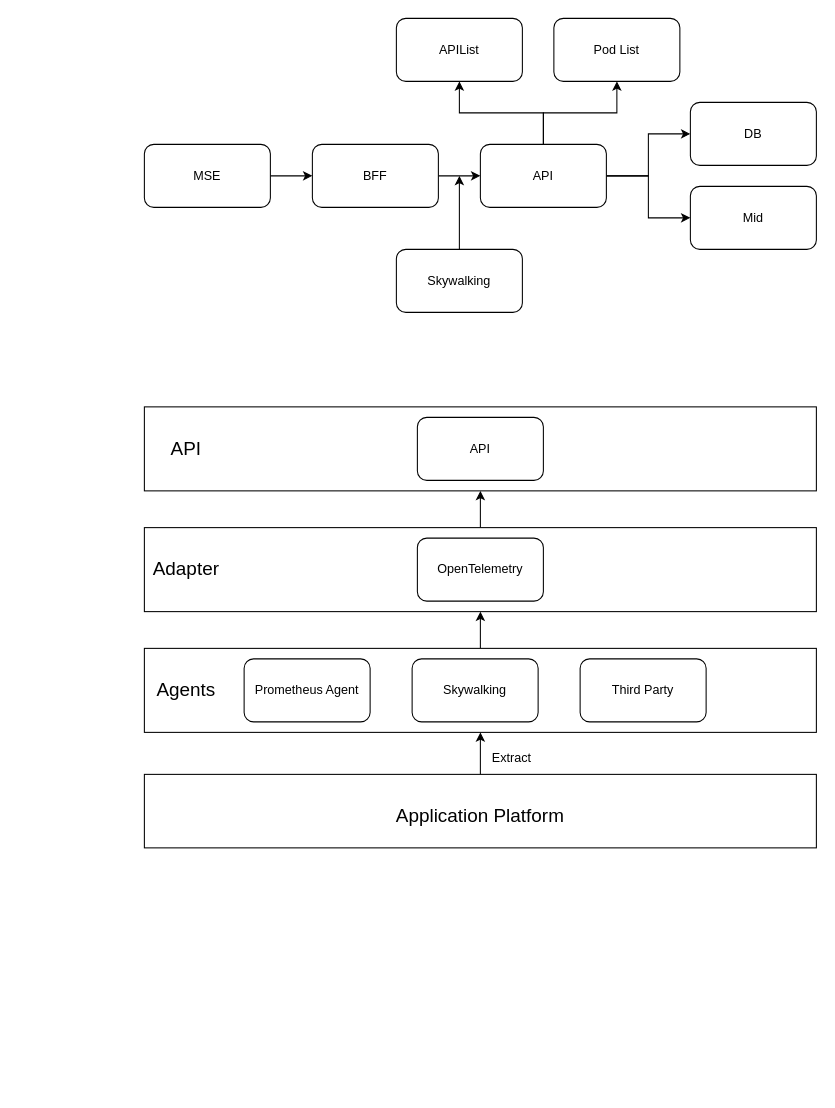
Earlier version of the draw.io diagram 未命名绘图.drawio (Allen9797/WorkZone). Source tidied: cells renumbered, new cells numbered last; positions are measured from the earlier drawing's top-left corner, leaving out a move shared by most shapes. Both pictures are drawn from the tidied source at 105%, with x=0, y=0 at pixel (144, 18).
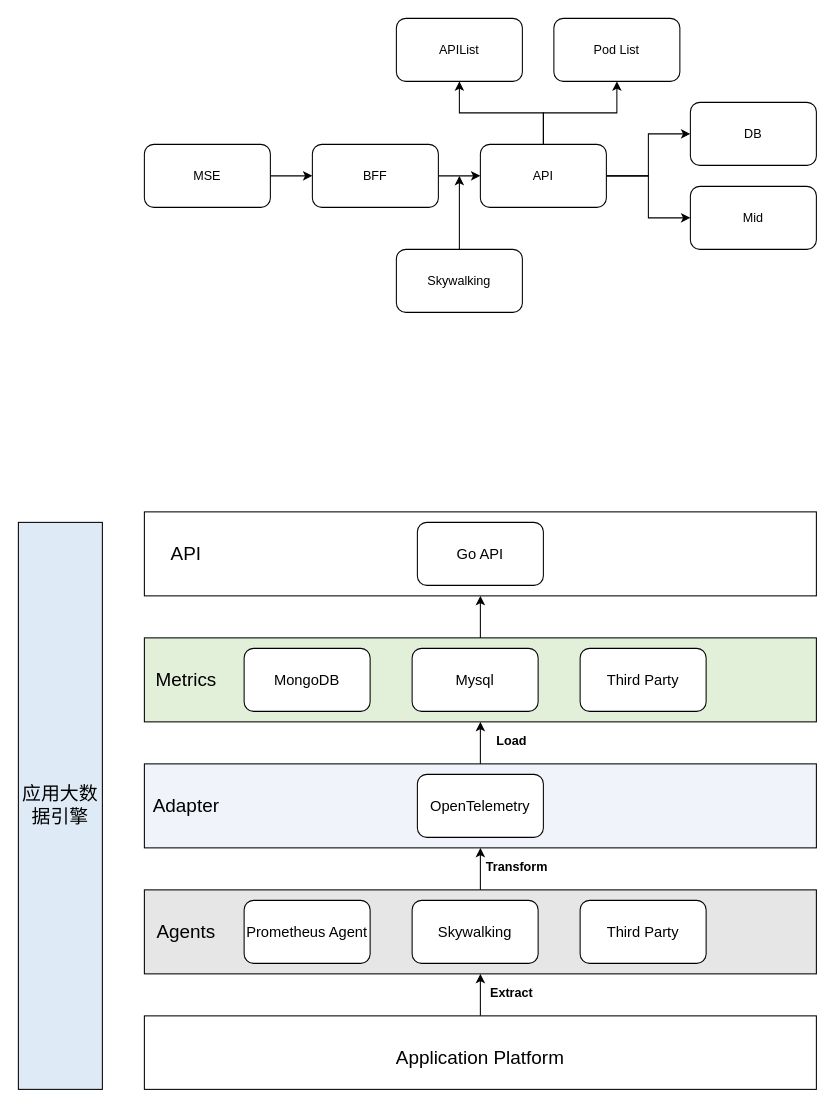
After the change.

Commit message (it also covers changes not shown here):
更新未命名绘图.drawio

What changed in the source:
```diff
@@
-    <mxCell id="2" style="edgeStyle=orthogonalEdgeStyle;rounded=0;jettySize=auto;html=1;exitX=0.5;exitY=0;exitDx=0;exitDy=0;entryX=0.5;entryY=1;entryDx=0;entryDy=0;" parent="1" edge="1" source="3" target="31">
-      <mxGeometry relative="1" as="geometry" />
-    </mxCell>
+    <mxCell id="34" style="edgeStyle=orthogonalEdgeStyle;rounded=0;jettySize=auto;html=1;exitX=0.5;exitY=0;exitDx=0;exitDy=0;entryX=0.5;entryY=1;entryDx=0;entryDy=0;" parent="1" edge="1" source="3" target="37">
+      <mxGeometry relative="1" as="geometry" />
+    </mxCell>
-    <mxCell id="3" style="rounded=0;whiteSpace=wrap;html=1;" parent="1" vertex="1">
-      <mxGeometry y="485" width="640" height="80" as="geometry" />
+    <mxCell id="3" style="rounded=0;whiteSpace=wrap;html=1;fillColor=#F0F4FA;" parent="1" vertex="1">
+      <mxGeometry y="710" width="640" height="80" as="geometry" />
     </mxCell>
@@
-    <mxCell id="5" style="rounded=0;whiteSpace=wrap;html=1;" parent="1" vertex="1">
-      <mxGeometry y="600" width="640" height="80" as="geometry" />
+    <mxCell id="5" style="rounded=0;whiteSpace=wrap;html=1;fillColor=#E6E6E6;" parent="1" vertex="1">
+      <mxGeometry y="830" width="640" height="80" as="geometry" />
     </mxCell>
@@
-    <mxCell id="21" value="OpenTelemetry" style="rounded=1;whiteSpace=wrap;html=1;" parent="1" vertex="1">
-      <mxGeometry x="260" y="495" width="120" height="60" as="geometry" />
+    <mxCell id="21" value="&lt;font style=&quot;font-size: 14px;&quot;&gt;OpenTelemetry&lt;/font&gt;" style="rounded=1;whiteSpace=wrap;html=1;" parent="1" vertex="1">
+      <mxGeometry x="260" y="720" width="120" height="60" as="geometry" />
     </mxCell>
-    <mxCell id="22" value="Prometheus Agent" style="rounded=1;whiteSpace=wrap;html=1;" parent="1" vertex="1">
-      <mxGeometry x="95" y="610" width="120" height="60" as="geometry" />
+    <mxCell id="22" value="&lt;font style=&quot;font-size: 14px;&quot;&gt;Prometheus Agent&lt;/font&gt;" style="rounded=1;whiteSpace=wrap;html=1;" parent="1" vertex="1">
+      <mxGeometry x="95" y="840" width="120" height="60" as="geometry" />
     </mxCell>
-    <mxCell id="23" value="Skywalking" style="rounded=1;whiteSpace=wrap;html=1;" parent="1" vertex="1">
-      <mxGeometry x="255" y="610" width="120" height="60" as="geometry" />
+    <mxCell id="23" value="&lt;font style=&quot;font-size: 14px;&quot;&gt;Skywalking&lt;/font&gt;" style="rounded=1;whiteSpace=wrap;html=1;" parent="1" vertex="1">
+      <mxGeometry x="255" y="840" width="120" height="60" as="geometry" />
     </mxCell>
-    <mxCell id="24" value="Third Party" style="rounded=1;whiteSpace=wrap;html=1;" parent="1" vertex="1">
-      <mxGeometry x="415" y="610" width="120" height="60" as="geometry" />
+    <mxCell id="24" value="&lt;font style=&quot;font-size: 14px;&quot;&gt;Third Party&lt;/font&gt;" style="rounded=1;whiteSpace=wrap;html=1;" parent="1" vertex="1">
+      <mxGeometry x="415" y="840" width="120" height="60" as="geometry" />
     </mxCell>
     <mxCell id="25" value="&lt;font style=&quot;font-size: 18px;&quot;&gt;Agents&lt;/font&gt;" style="text;html=1;strokeColor=none;fillColor=none;align=center;verticalAlign=middle;whiteSpace=wrap;rounded=0;" parent="1" vertex="1">
-      <mxGeometry y="617.5" width="80" height="45" as="geometry" />
+      <mxGeometry y="847.5" width="80" height="45" as="geometry" />
     </mxCell>
@@
     <mxCell id="27" style="rounded=0;whiteSpace=wrap;html=1;" parent="1" vertex="1">
-      <mxGeometry y="720" width="640" height="70" as="geometry" />
+      <mxGeometry y="950" width="640" height="70" as="geometry" />
     </mxCell>
-    <mxCell id="28" value="Extract" style="text;html=1;strokeColor=none;fillColor=none;align=center;verticalAlign=middle;whiteSpace=wrap;rounded=0;" parent="1" vertex="1">
-      <mxGeometry x="320" y="690" width="60" height="30" as="geometry" />
+    <mxCell id="28" value="Extract" style="text;html=1;strokeColor=none;fillColor=none;align=center;verticalAlign=middle;whiteSpace=wrap;rounded=0;fontStyle=1;" parent="1" vertex="1">
+      <mxGeometry x="320" y="914" width="60" height="30" as="geometry" />
     </mxCell>
     <mxCell id="29" value="&lt;font style=&quot;font-size: 18px;&quot;&gt;Application Platform&lt;/font&gt;" style="text;html=1;strokeColor=none;fillColor=none;align=center;verticalAlign=middle;whiteSpace=wrap;rounded=0;" parent="1" vertex="1">
-      <mxGeometry x="225" y="737.5" width="190" height="45" as="geometry" />
+      <mxGeometry x="225" y="967.5" width="190" height="45" as="geometry" />
     </mxCell>
     <mxCell id="30" value="&lt;font style=&quot;font-size: 18px;&quot;&gt;Adapter&lt;/font&gt;" style="text;html=1;strokeColor=none;fillColor=none;align=center;verticalAlign=middle;whiteSpace=wrap;rounded=0;" parent="1" vertex="1">
-      <mxGeometry y="502" width="80" height="45" as="geometry" />
+      <mxGeometry y="727" width="80" height="45" as="geometry" />
     </mxCell>
     <mxCell id="31" style="rounded=0;whiteSpace=wrap;html=1;" parent="1" vertex="1">
-      <mxGeometry y="370" width="640" height="80" as="geometry" />
+      <mxGeometry y="470" width="640" height="80" as="geometry" />
     </mxCell>
-    <mxCell id="32" value="API" style="rounded=1;whiteSpace=wrap;html=1;" parent="1" vertex="1">
-      <mxGeometry x="260" y="380" width="120" height="60" as="geometry" />
+    <mxCell id="32" value="&lt;font style=&quot;font-size: 14px;&quot;&gt;Go API&lt;/font&gt;" style="rounded=1;whiteSpace=wrap;html=1;" parent="1" vertex="1">
+      <mxGeometry x="260" y="480" width="120" height="60" as="geometry" />
     </mxCell>
     <mxCell id="33" value="&lt;font style=&quot;font-size: 18px;&quot;&gt;API&lt;/font&gt;" style="text;html=1;strokeColor=none;fillColor=none;align=center;verticalAlign=middle;whiteSpace=wrap;rounded=0;" parent="1" vertex="1">
-      <mxGeometry y="387" width="80" height="45" as="geometry" />
+      <mxGeometry y="487" width="80" height="45" as="geometry" />
     </mxCell>
+    <mxCell id="35" value="&lt;font style=&quot;font-size: 18px;&quot;&gt;应用大数据引擎&lt;/font&gt;" style="rounded=0;whiteSpace=wrap;html=1;fillColor=#DEEBF7;" parent="1" vertex="1">
+      <mxGeometry x="-120" y="480" width="80" height="540" as="geometry" />
+    </mxCell>
+    <mxCell id="36" style="edgeStyle=orthogonalEdgeStyle;rounded=0;jettySize=auto;html=1;exitX=0.5;exitY=0;exitDx=0;exitDy=0;entryX=0.5;entryY=1;entryDx=0;entryDy=0;" parent="1" edge="1" source="37" target="31">
+      <mxGeometry relative="1" as="geometry" />
+    </mxCell>
+    <mxCell id="37" style="rounded=0;whiteSpace=wrap;html=1;fillColor=#E2F0D9;" parent="1" vertex="1">
+      <mxGeometry y="590" width="640" height="80" as="geometry" />
+    </mxCell>
+    <mxCell id="38" value="&lt;font style=&quot;font-size: 14px;&quot;&gt;Third Party&lt;/font&gt;" style="rounded=1;whiteSpace=wrap;html=1;" parent="1" vertex="1">
+      <mxGeometry x="415" y="600" width="120" height="60" as="geometry" />
+    </mxCell>
+    <mxCell id="39" value="&lt;font style=&quot;font-size: 14px;&quot;&gt;Mysql&lt;/font&gt;" style="rounded=1;whiteSpace=wrap;html=1;" parent="1" vertex="1">
+      <mxGeometry x="255" y="600" width="120" height="60" as="geometry" />
+    </mxCell>
+    <mxCell id="40" value="&lt;font style=&quot;font-size: 14px;&quot;&gt;MongoDB&lt;/font&gt;" style="rounded=1;whiteSpace=wrap;html=1;" parent="1" vertex="1">
+      <mxGeometry x="95" y="600" width="120" height="60" as="geometry" />
+    </mxCell>
+    <mxCell id="41" value="&lt;span style=&quot;font-size: 18px;&quot;&gt;Metrics&lt;/span&gt;" style="text;html=1;strokeColor=none;fillColor=none;align=center;verticalAlign=middle;whiteSpace=wrap;rounded=0;" parent="1" vertex="1">
+      <mxGeometry y="607.5" width="80" height="45" as="geometry" />
+    </mxCell>
+    <mxCell id="42" value="Transform" style="text;html=1;strokeColor=none;fillColor=none;align=center;verticalAlign=middle;whiteSpace=wrap;rounded=0;fontStyle=1;" parent="1" vertex="1">
+      <mxGeometry x="325" y="794" width="60" height="30" as="geometry" />
+    </mxCell>
+    <mxCell id="43" value="Load" style="text;html=1;strokeColor=none;fillColor=none;align=center;verticalAlign=middle;whiteSpace=wrap;rounded=0;fontStyle=1;" parent="1" vertex="1">
+      <mxGeometry x="320" y="674" width="60" height="30" as="geometry" />
+    </mxCell>
```
